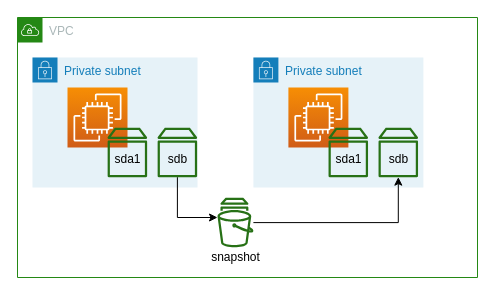
Before: page "EBS-0" (2 of 5) of ressources/module_07.drawio in brice-jacquin/aws-lab, a draw.io diagram. Source tidied: cells renumbered, new cells numbered last; positions are measured from the earlier drawing's top-left corner, leaving out a move shared by most shapes. Both pictures are drawn from the tidied source at 100%, with x=0, y=0 at pixel (17, 17).
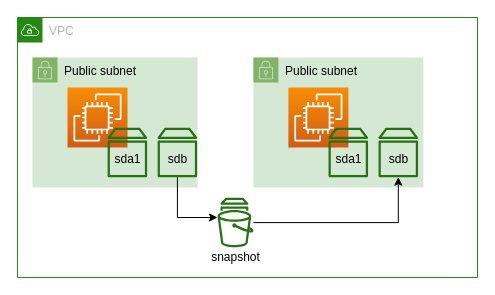
After the change.

Change to the diagram source:
```diff
@@
-    <mxCell id="3" value="Private subnet" style="gradientColor=none;html=1;whiteSpace=wrap;fontSize=12;fontStyle=0;shape=mxgraph.aws4.group;grIcon=mxgraph.aws4.group_security_group;grStroke=0;strokeColor=#147EBA;fillColor=#E6F2F8;verticalAlign=top;align=left;spacingLeft=30;fontColor=#147EBA;dashed=0;" parent="1" vertex="1">
+    <mxCell id="3" value="Public subnet" style="html=1;whiteSpace=wrap;fontSize=12;fontStyle=0;shape=mxgraph.aws4.group;grIcon=mxgraph.aws4.group_security_group;grStroke=0;strokeColor=#82b366;fillColor=#d5e8d4;verticalAlign=top;align=left;spacingLeft=30;dashed=0;" parent="1" vertex="1">
       <mxGeometry x="15" y="40" width="165" height="130" as="geometry" />
     </mxCell>
-    <mxCell id="4" value="Private subnet" style="gradientColor=none;html=1;whiteSpace=wrap;fontSize=12;fontStyle=0;shape=mxgraph.aws4.group;grIcon=mxgraph.aws4.group_security_group;grStroke=0;strokeColor=#147EBA;fillColor=#E6F2F8;verticalAlign=top;align=left;spacingLeft=30;fontColor=#147EBA;dashed=0;" parent="1" vertex="1">
+    <mxCell id="4" value="Public subnet" style="html=1;whiteSpace=wrap;fontSize=12;fontStyle=0;shape=mxgraph.aws4.group;grIcon=mxgraph.aws4.group_security_group;grStroke=0;strokeColor=#82b366;fillColor=#d5e8d4;verticalAlign=top;align=left;spacingLeft=30;dashed=0;" parent="1" vertex="1">
       <mxGeometry x="235.9" y="40" width="170" height="130" as="geometry" />
     </mxCell>
```
